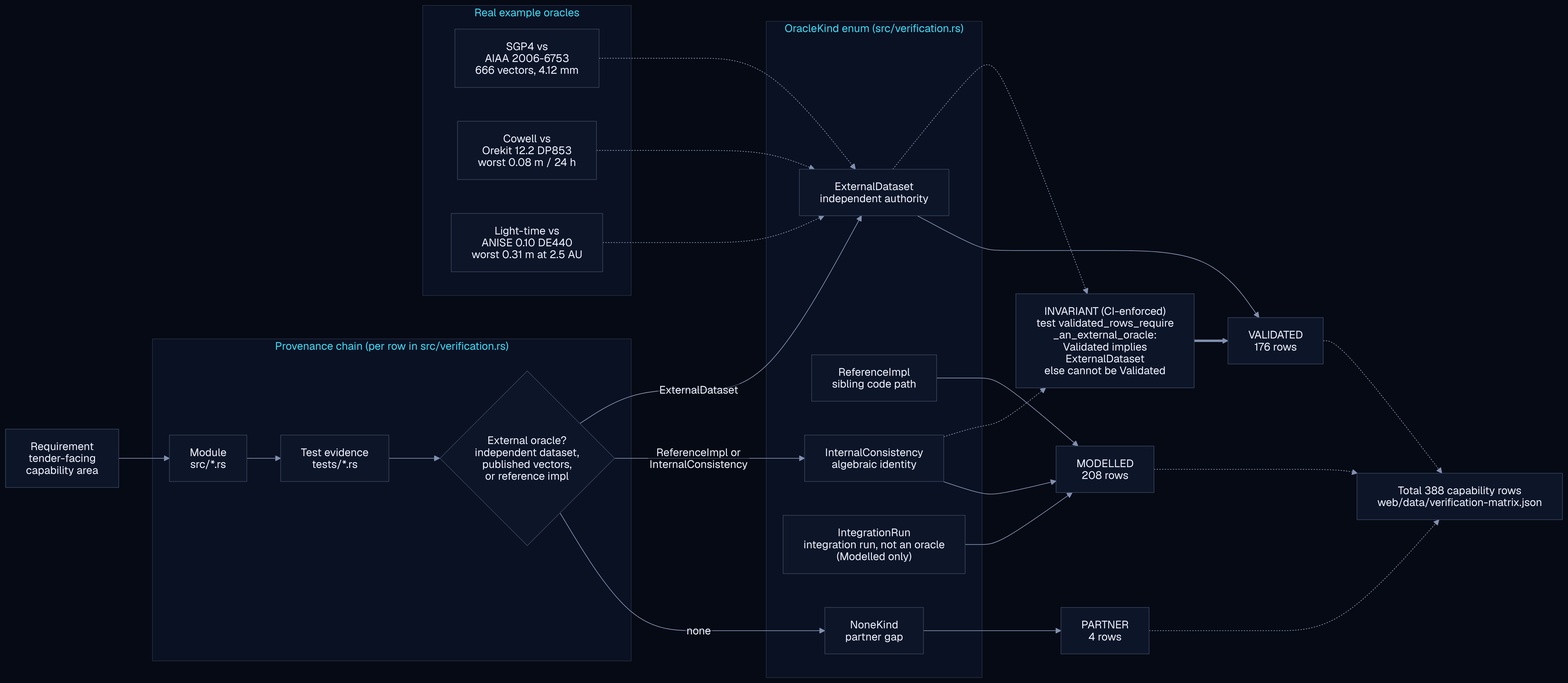
ashfordeOU/kshana keeps this Mermaid diagram as docs/assets/diagrams/validation-provenance.png. Above is the earlier version. Its source is kept beside it as docs/diagrams/validation-provenance.mmd.
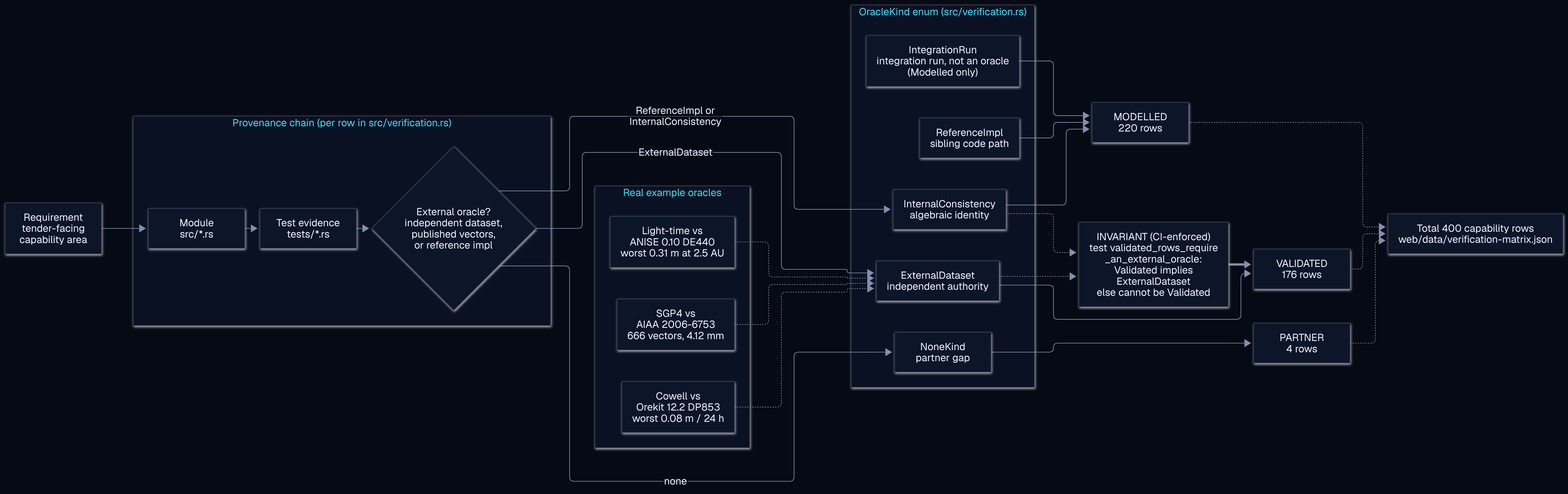
Later version of the same file.

What changed in the source:
```diff
@@ -28,7 +28,7 @@
     INT -.-> GUARD
 
     EXT --> VAL["VALIDATED<br/>176 rows"]
-    REF --> MDL["MODELLED<br/>208 rows"]
+    REF --> MDL["MODELLED<br/>220 rows"]
     INT --> MDL
     IRN --> MDL
     NON --> PRT["PARTNER<br/>4 rows"]
@@ -45,7 +45,7 @@
     E2 -.-> EXT
     E3 -.-> EXT
 
-    TOTAL["Total 388 capability rows<br/>web/data/verification-matrix.json"]
+    TOTAL["Total 400 capability rows<br/>web/data/verification-matrix.json"]
     VAL -.-> TOTAL
     MDL -.-> TOTAL
     PRT -.-> TOTAL
```
